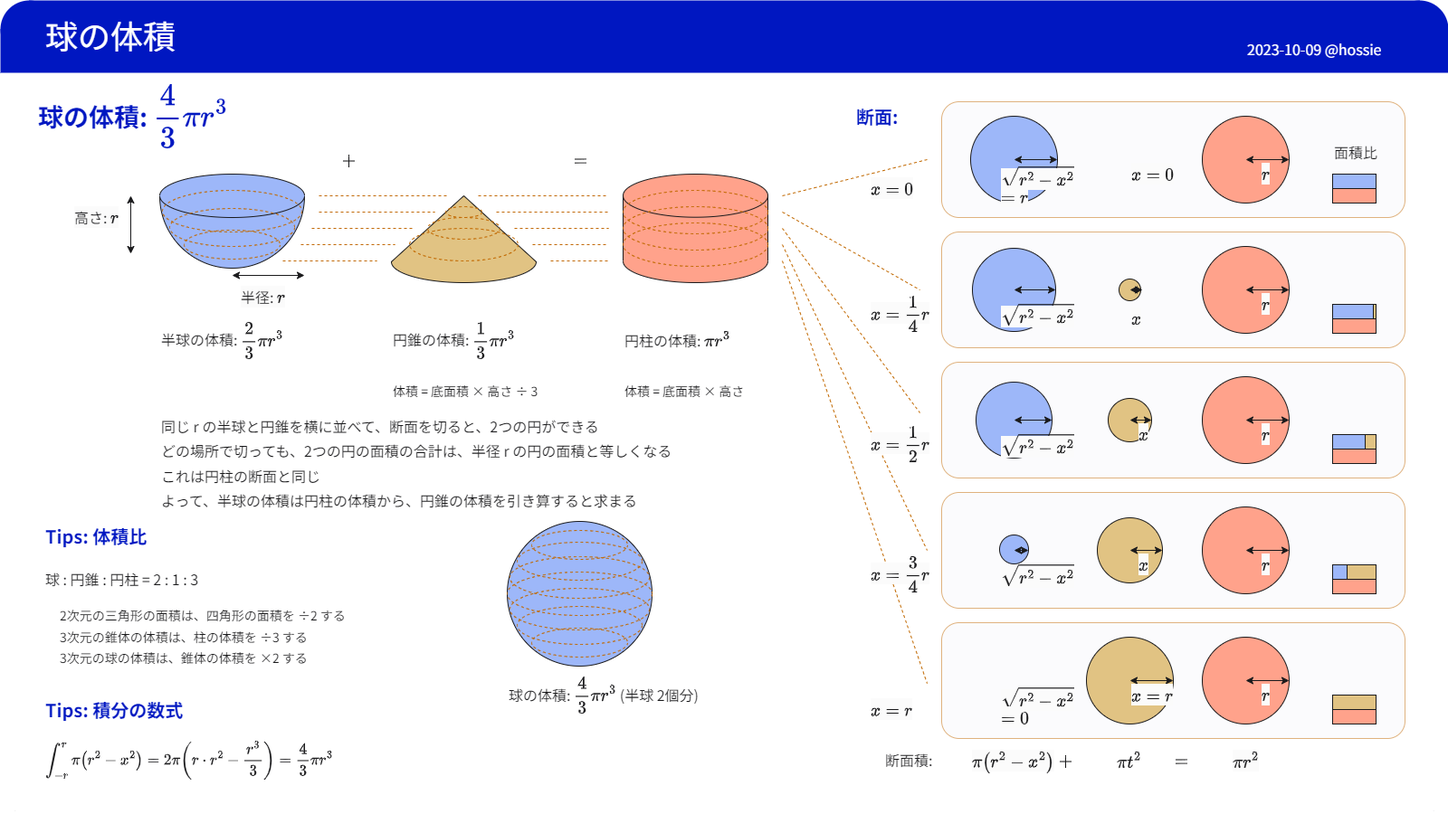
This is src/stories/assets/sphere.drawio.png from hossy3/math-slides, a draw.io export, as it was before one commit. Source tidied: cells renumbered, new cells last; positions are measured from the earlier drawing's top-left corner, leaving out a move shared by most shapes.
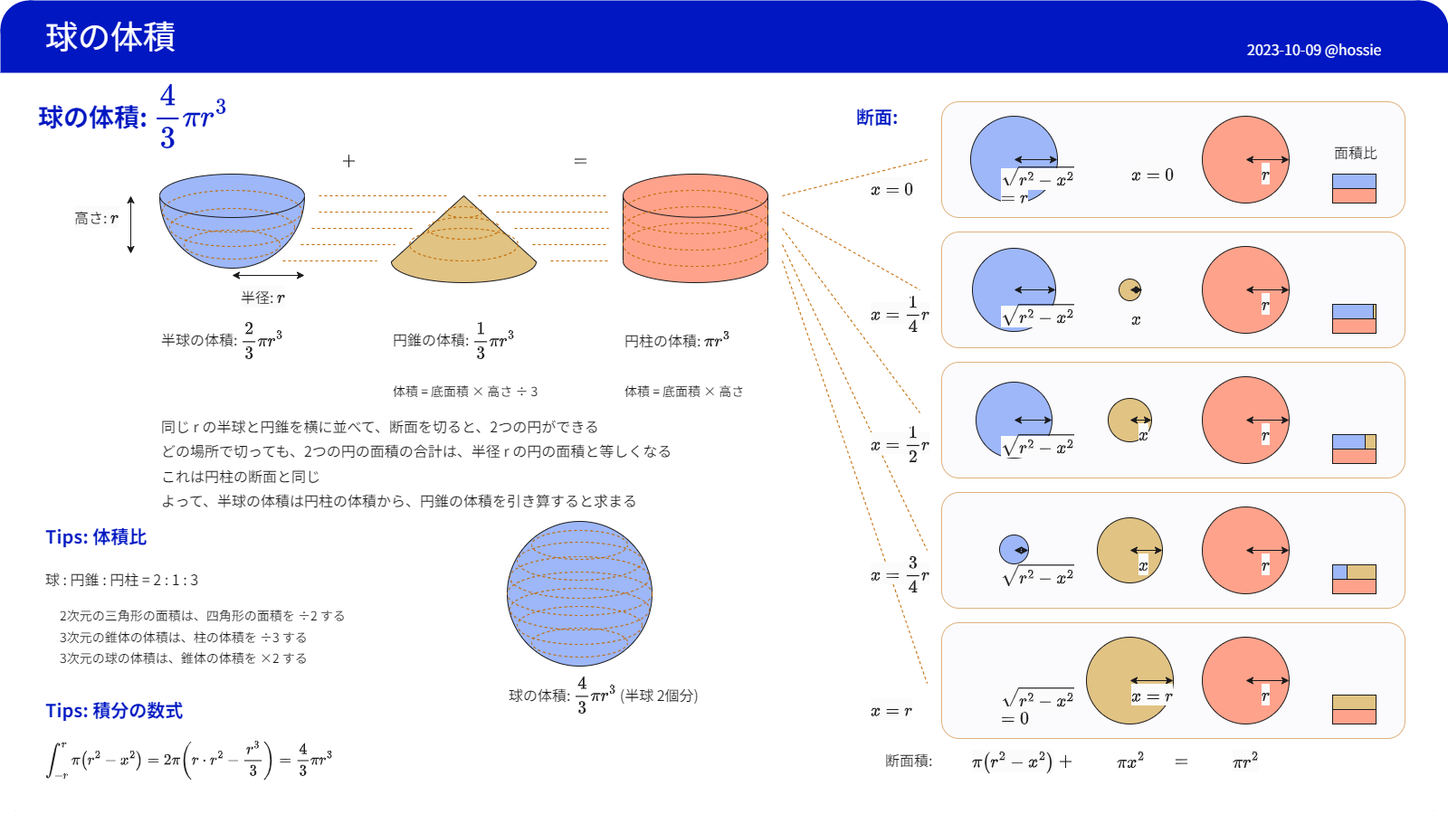
The same diagram one commit later.

Change to the diagram source:
```diff
@@ -322,7 +322,7 @@
     <mxCell id="87" value="&lt;span style=&quot;color: rgb(26, 26, 28); font-family: &amp;quot;Noto Sans JP&amp;quot;; font-size: 16px; font-style: normal; font-variant-ligatures: normal; font-variant-caps: normal; font-weight: 400; letter-spacing: normal; orphans: 2; text-align: left; text-indent: 0px; text-transform: none; widows: 2; word-spacing: 0px; -webkit-text-stroke-width: 0px; background-color: rgb(251, 251, 251); text-decoration-thickness: initial; text-decoration-style: initial; text-decoration-color: initial; float: none; display: inline !important;&quot;&gt;`\pi(r^2-x^2)`&lt;/span&gt;" style="text;whiteSpace=wrap;html=1;" parent="22" vertex="1">
       <mxGeometry x="1072" y="824" width="88" height="40" as="geometry" />
     </mxCell>
-    <mxCell id="88" value="&lt;font face=&quot;Noto Sans JP&quot; color=&quot;#1a1a1c&quot;&gt;&lt;span style=&quot;font-size: 16px;&quot;&gt;`\pi t^2`&lt;/span&gt;&lt;/font&gt;" style="text;whiteSpace=wrap;html=1;" parent="22" vertex="1">
+    <mxCell id="88" value="&lt;font face=&quot;Noto Sans JP&quot; color=&quot;#1a1a1c&quot;&gt;&lt;span style=&quot;font-size: 16px;&quot;&gt;`\pi x^2`&lt;/span&gt;&lt;/font&gt;" style="text;whiteSpace=wrap;html=1;" parent="22" vertex="1">
       <mxGeometry x="1232" y="824" width="32" height="40" as="geometry" />
     </mxCell>
     <mxCell id="89" value="&lt;span style=&quot;color: rgb(26, 26, 28); font-family: &amp;quot;Noto Sans JP&amp;quot;; font-size: 16px; font-style: normal; font-variant-ligatures: normal; font-variant-caps: normal; font-weight: 400; letter-spacing: normal; orphans: 2; text-align: left; text-indent: 0px; text-transform: none; widows: 2; word-spacing: 0px; -webkit-text-stroke-width: 0px; background-color: rgb(251, 251, 251); text-decoration-thickness: initial; text-decoration-style: initial; text-decoration-color: initial; float: none; display: inline !important;&quot;&gt;`\pir^2`&lt;/span&gt;" style="text;whiteSpace=wrap;html=1;" parent="22" vertex="1">
```
